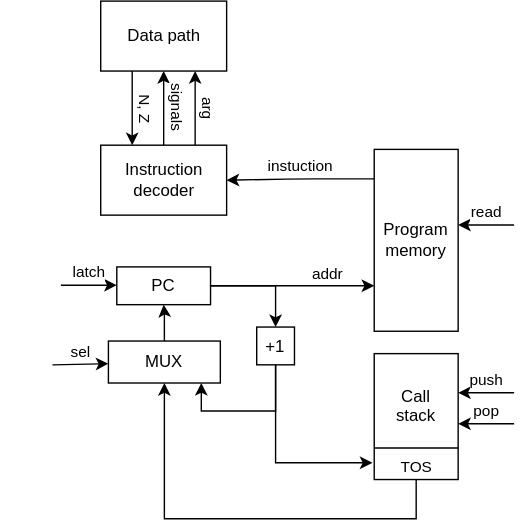
maxbarsukov/csa3-stack-machine keeps this draw.io diagram as img/control_unit.svg. Above is the earlier version. Source tidied: cells renumbered, new cells last; positions are measured from the earlier drawing's top-left corner, leaving out a move shared by most shapes. Its diagram source:
```xml
<mxGraphModel background="#FFFFFF">
  <root>
    <mxCell id="0" />
    <mxCell id="1" parent="0" />
    <mxCell id="2" value="instuction" style="edgeStyle=orthogonalEdgeStyle;rounded=1;jettySize=auto;html=1;entryX=1;entryY=0.5;entryDx=0;entryDy=0;labelPosition=center;verticalLabelPosition=top;align=center;verticalAlign=bottom;exitX=0.004;exitY=0.162;exitDx=0;exitDy=0;exitPerimeter=0;" parent="1" edge="1" source="19" target="18">
      <mxGeometry relative="1" as="geometry" />
    </mxCell>
    <mxCell id="3" value="signals" style="edgeStyle=orthogonalEdgeStyle;rounded=1;jettySize=auto;html=1;textDirection=vertical-lr;labelPosition=right;verticalLabelPosition=middle;align=left;verticalAlign=middle;entryX=0.5;entryY=1;entryDx=0;entryDy=0;exitX=0.5;exitY=0;exitDx=0;exitDy=0;" parent="1" edge="1" source="18" target="10">
      <mxGeometry relative="1" as="geometry" />
    </mxCell>
    <mxCell id="4" style="edgeStyle=orthogonalEdgeStyle;rounded=0;jettySize=auto;html=1;exitX=1;exitY=0.5;exitDx=0;exitDy=0;entryX=0.5;entryY=0;entryDx=0;entryDy=0;curved=0;" parent="1" edge="1" source="5" target="17">
      <mxGeometry relative="1" as="geometry" />
    </mxCell>
    <mxCell id="5" value="PC" style="rounded=0;whiteSpace=wrap;html=1;" parent="1" vertex="1">
      <mxGeometry x="76" y="190" width="67" height="27" as="geometry" />
    </mxCell>
    <mxCell id="6" value="&amp;nbsp; &amp;nbsp; &amp;nbsp; &amp;nbsp; &amp;nbsp; &amp;nbsp; &amp;nbsp; &amp;nbsp; addr" style="edgeStyle=orthogonalEdgeStyle;rounded=1;jettySize=auto;html=1;exitX=1;exitY=0.5;exitDx=0;exitDy=0;entryX=0;entryY=0.75;entryDx=0;entryDy=0;labelPosition=center;verticalLabelPosition=top;align=center;verticalAlign=bottom;" parent="1" edge="1" source="5" target="19">
      <mxGeometry relative="1" as="geometry" />
    </mxCell>
    <mxCell id="7" style="edgeStyle=orthogonalEdgeStyle;rounded=1;jettySize=auto;html=1;" parent="1" edge="1" source="8" target="5">
      <mxGeometry relative="1" as="geometry" />
    </mxCell>
    <mxCell id="8" value="MUX" style="whiteSpace=wrap;html=1;rounded=0;" parent="1" vertex="1">
      <mxGeometry x="70" y="243" width="80" height="30" as="geometry" />
    </mxCell>
    <mxCell id="9" value="N, Z" style="edgeStyle=orthogonalEdgeStyle;rounded=1;jettySize=auto;html=1;exitX=0.25;exitY=1;exitDx=0;exitDy=0;entryX=0.25;entryY=0;entryDx=0;entryDy=0;textDirection=vertical-lr;labelPosition=right;verticalLabelPosition=middle;align=left;verticalAlign=middle;" parent="1" edge="1" source="10" target="18">
      <mxGeometry relative="1" as="geometry" />
    </mxCell>
    <mxCell id="10" value="Data path" style="rounded=0;whiteSpace=wrap;html=1;" parent="1" vertex="1">
      <mxGeometry x="64.5" width="90" height="50" as="geometry" />
    </mxCell>
    <mxCell id="11" value="arg" style="edgeStyle=orthogonalEdgeStyle;rounded=1;jettySize=auto;html=1;exitX=0.75;exitY=0;exitDx=0;exitDy=0;entryX=0.75;entryY=1;entryDx=0;entryDy=0;textDirection=vertical-rl;labelPosition=right;verticalLabelPosition=middle;align=left;verticalAlign=middle;" parent="1" edge="1" source="18" target="10">
      <mxGeometry relative="1" as="geometry" />
    </mxCell>
    <mxCell id="12" value="read" style="endArrow=classic;html=1;rounded=1;entryX=1;entryY=0.25;entryDx=0;entryDy=0;labelPosition=center;verticalLabelPosition=top;align=center;verticalAlign=bottom;" parent="1" edge="1">
      <mxGeometry relative="1" as="geometry">
        <mxPoint x="360" y="160" as="sourcePoint" />
        <mxPoint x="320" y="160" as="targetPoint" />
      </mxGeometry>
    </mxCell>
    <mxCell id="13" style="edgeStyle=orthogonalEdgeStyle;rounded=0;jettySize=auto;html=1;exitX=0.5;exitY=1;exitDx=0;exitDy=0;entryX=0.5;entryY=1;entryDx=0;entryDy=0;strokeColor=default;jumpStyle=arc;curved=0;" parent="1" edge="1" source="14" target="8">
      <mxGeometry relative="1" as="geometry">
        <Array as="points">
          <mxPoint x="290" y="370" />
          <mxPoint x="110" y="370" />
        </Array>
      </mxGeometry>
    </mxCell>
    <mxCell id="14" value="Call&lt;div&gt;stack&lt;/div&gt;&lt;div&gt;&lt;br&gt;&lt;/div&gt;" style="rounded=0;whiteSpace=wrap;html=1;" parent="1" vertex="1">
      <mxGeometry x="260" y="252" width="60" height="90" as="geometry" />
    </mxCell>
    <mxCell id="15" value="TOS" style="endArrow=none;html=1;rounded=1;exitX=0;exitY=0.75;exitDx=0;exitDy=0;entryX=1;entryY=0.75;entryDx=0;entryDy=0;labelPosition=center;verticalLabelPosition=bottom;align=center;verticalAlign=top;" parent="1" edge="1" source="14" target="14">
      <mxGeometry relative="1" as="geometry" />
    </mxCell>
    <mxCell id="16" style="edgeStyle=orthogonalEdgeStyle;rounded=0;jettySize=auto;html=1;exitX=0.5;exitY=1;exitDx=0;exitDy=0;entryX=0.83;entryY=0.998;entryDx=0;entryDy=0;entryPerimeter=0;curved=0;" parent="1" edge="1" source="17" target="8">
      <mxGeometry relative="1" as="geometry" />
    </mxCell>
    <mxCell id="17" value="+1" style="rounded=0;whiteSpace=wrap;html=1;" parent="1" vertex="1">
      <mxGeometry x="176" y="233" width="27" height="27" as="geometry" />
    </mxCell>
    <mxCell id="18" value="Instruction&lt;div&gt;decoder&lt;/div&gt;" style="rounded=0;whiteSpace=wrap;html=1;" parent="1" vertex="1">
      <mxGeometry x="64.5" y="103" width="90" height="50" as="geometry" />
    </mxCell>
    <mxCell id="19" value="Program&lt;div&gt;memory&lt;/div&gt;" style="rounded=0;whiteSpace=wrap;html=1;" parent="1" vertex="1">
      <mxGeometry x="260" y="106" width="60" height="130" as="geometry" />
    </mxCell>
    <mxCell id="20" style="edgeStyle=orthogonalEdgeStyle;rounded=0;jettySize=auto;html=1;exitX=0.5;exitY=1;exitDx=0;exitDy=0;entryX=-0.021;entryY=0.867;entryDx=0;entryDy=0;entryPerimeter=0;curved=0;" parent="1" edge="1" source="17" target="14">
      <mxGeometry relative="1" as="geometry">
        <Array as="points">
          <mxPoint x="190" y="330" />
        </Array>
      </mxGeometry>
    </mxCell>
    <mxCell id="21" value="push" style="endArrow=classic;html=1;rounded=1;entryX=1;entryY=0.25;entryDx=0;entryDy=0;labelPosition=center;verticalLabelPosition=top;align=center;verticalAlign=bottom;" parent="1" edge="1">
      <mxGeometry relative="1" as="geometry">
        <mxPoint x="360" y="280" as="sourcePoint" />
        <mxPoint x="320" y="280" as="targetPoint" />
      </mxGeometry>
    </mxCell>
    <mxCell id="22" value="pop" style="endArrow=classic;html=1;rounded=1;entryX=1;entryY=0.25;entryDx=0;entryDy=0;labelPosition=center;verticalLabelPosition=top;align=center;verticalAlign=bottom;" parent="1" edge="1">
      <mxGeometry relative="1" as="geometry">
        <mxPoint x="360" y="302.2" as="sourcePoint" />
        <mxPoint x="320" y="302.2" as="targetPoint" />
      </mxGeometry>
    </mxCell>
    <mxCell id="23" style="edgeStyle=orthogonalEdgeStyle;rounded=0;jettySize=auto;html=1;exitX=0;exitY=0.5;exitDx=0;exitDy=0;entryX=0.25;entryY=1;entryDx=0;entryDy=0;strokeColor=none;curved=0;" parent="1" edge="1" source="18" target="8">
      <mxGeometry relative="1" as="geometry">
        <Array as="points">
          <mxPoint y="128" />
          <mxPoint y="293" />
          <mxPoint x="90" y="293" />
        </Array>
      </mxGeometry>
    </mxCell>
    <mxCell id="24" value="latch" style="endArrow=classic;html=1;rounded=1;labelPosition=center;verticalLabelPosition=top;align=center;verticalAlign=bottom;" parent="1" edge="1">
      <mxGeometry relative="1" as="geometry">
        <mxPoint x="36" y="203.1" as="sourcePoint" />
        <mxPoint x="76" y="203.1" as="targetPoint" />
      </mxGeometry>
    </mxCell>
    <mxCell id="25" value="sel" style="endArrow=classic;html=1;rounded=1;labelPosition=center;verticalLabelPosition=top;align=center;verticalAlign=bottom;" parent="1" edge="1">
      <mxGeometry relative="1" as="geometry">
        <mxPoint x="30" y="260" as="sourcePoint" />
        <mxPoint x="70" y="259.2" as="targetPoint" />
      </mxGeometry>
    </mxCell>
  </root>
</mxGraphModel>
```
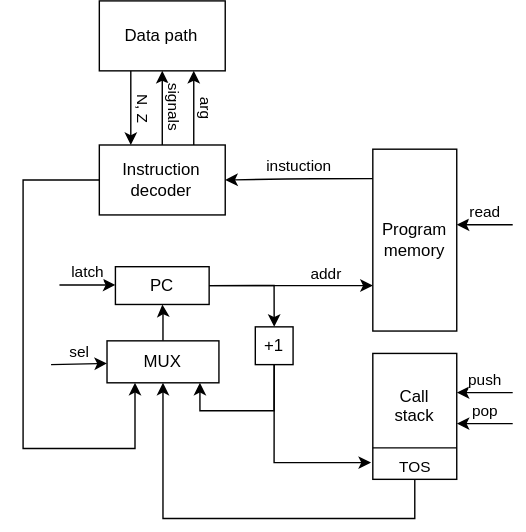
The same diagram one commit later.

Commit message:
fix: :bug: fix broken svg

Diff of the diagram source:
```diff
@@ -104,5 +104,14 @@
         <mxPoint x="70" y="259.2" as="targetPoint" />
       </mxGeometry>
     </mxCell>
+    <mxCell id="26" style="endArrow=classic;html=1;rounded=0;exitX=0;exitY=0.5;exitDx=0;exitDy=0;entryX=0.25;entryY=1;entryDx=0;entryDy=0;" parent="1" edge="1" source="18" target="8">
+      <mxGeometry relative="1" as="geometry">
+        <Array as="points">
+          <mxPoint x="10" y="128" />
+          <mxPoint x="10" y="320" />
+          <mxPoint x="90" y="320" />
+        </Array>
+      </mxGeometry>
+    </mxCell>
   </root>
 </mxGraphModel>
```
